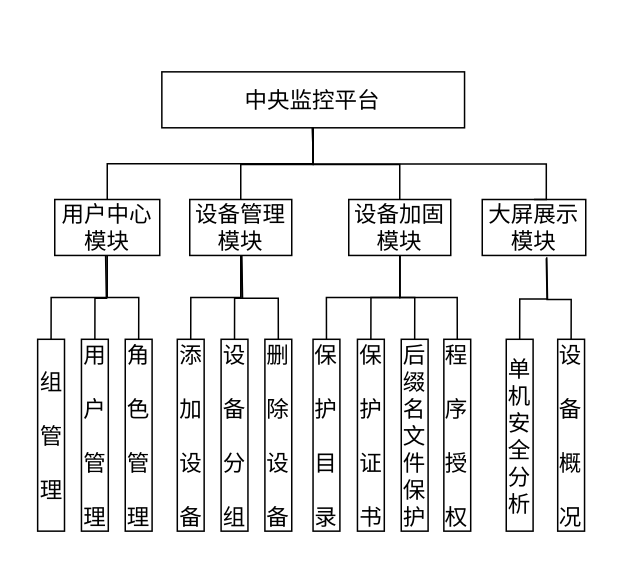
The draw.io diagram 功能划分图.drawio in EchoZgj/paper, before the edit. Source tidied: cells renumbered, new cells numbered last; positions are measured from the earlier drawing's top-left corner, leaving out a move shared by most shapes. Both pictures are drawn from the tidied source at 150%, with x=0, y=0 at pixel (26, 26).
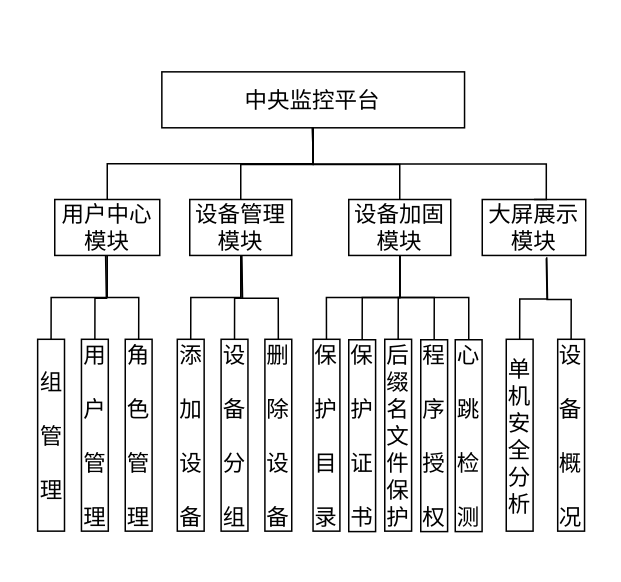
The same diagram, later.

Commit message:
Update 功能划分图.drawio

The change refers to these unchanged cells:
```xml
<mxCell id="6" style="group;" parent="5" vertex="1">
  <mxGeometry width="380" height="331" as="geometry" />
</mxCell>
<mxCell id="13" value="&lt;font style=&quot;font-size: 15px&quot;&gt;设备加固模块&lt;/font&gt;" style="rounded=0;whiteSpace=wrap;html=1;" parent="6" vertex="1">
  <mxGeometry x="215" y="97.5" width="68" height="37.3" as="geometry" />
</mxCell>
```

What changed in the source:
```diff
@@
+    <mxCell id="40" style="edgeStyle=orthogonalEdgeStyle;rounded=0;jettySize=auto;html=1;exitX=0.5;exitY=1;exitDx=0;exitDy=0;endArrow=none;endFill=0;" parent="6" edge="1" source="13" target="41">
+      <mxGeometry relative="1" as="geometry" />
+    </mxCell>
@@
     <mxCell id="31" value="&lt;span style=&quot;font-size: 15px&quot;&gt;保&lt;br&gt;&lt;br&gt;护&lt;br&gt;&lt;br&gt;证&lt;br&gt;&lt;br&gt;书&lt;br&gt;&lt;/span&gt;" style="rounded=0;whiteSpace=wrap;html=1;" parent="6" vertex="1">
-      <mxGeometry x="220.8" y="190.7" width="17.9" height="127.9" as="geometry" />
+      <mxGeometry x="215" y="191" width="17.9" height="127.9" as="geometry" />
     </mxCell>
@@
     <mxCell id="33" value="&lt;span style=&quot;font-size: 15px&quot;&gt;后&lt;br&gt;缀&lt;br&gt;名&lt;br&gt;文&lt;br&gt;件&lt;br&gt;保&lt;br&gt;护&lt;br&gt;&lt;/span&gt;" style="rounded=0;whiteSpace=wrap;html=1;" parent="6" vertex="1">
-      <mxGeometry x="250" y="190.7" width="17.9" height="127.9" as="geometry" />
+      <mxGeometry x="239" y="190.7" width="17.9" height="127.9" as="geometry" />
     </mxCell>
@@
     <mxCell id="35" value="&lt;span style=&quot;font-size: 15px&quot;&gt;程&lt;br&gt;&lt;br&gt;序&lt;br&gt;&lt;br&gt;授&lt;br&gt;&lt;br&gt;权&lt;br&gt;&lt;/span&gt;" style="rounded=0;whiteSpace=wrap;html=1;" parent="6" vertex="1">
-      <mxGeometry x="278.4" y="190.7" width="17.9" height="127.9" as="geometry" />
+      <mxGeometry x="263" y="191" width="17.9" height="127.9" as="geometry" />
     </mxCell>
@@
+    <mxCell id="41" value="&lt;span style=&quot;font-size: 15px&quot;&gt;心&lt;br&gt;&lt;br&gt;跳&lt;br&gt;&lt;br&gt;检&lt;br&gt;&lt;br&gt;测&lt;br&gt;&lt;/span&gt;" style="rounded=0;whiteSpace=wrap;html=1;" parent="6" vertex="1">
+      <mxGeometry x="286" y="191" width="17.9" height="127.9" as="geometry" />
+    </mxCell>
```
